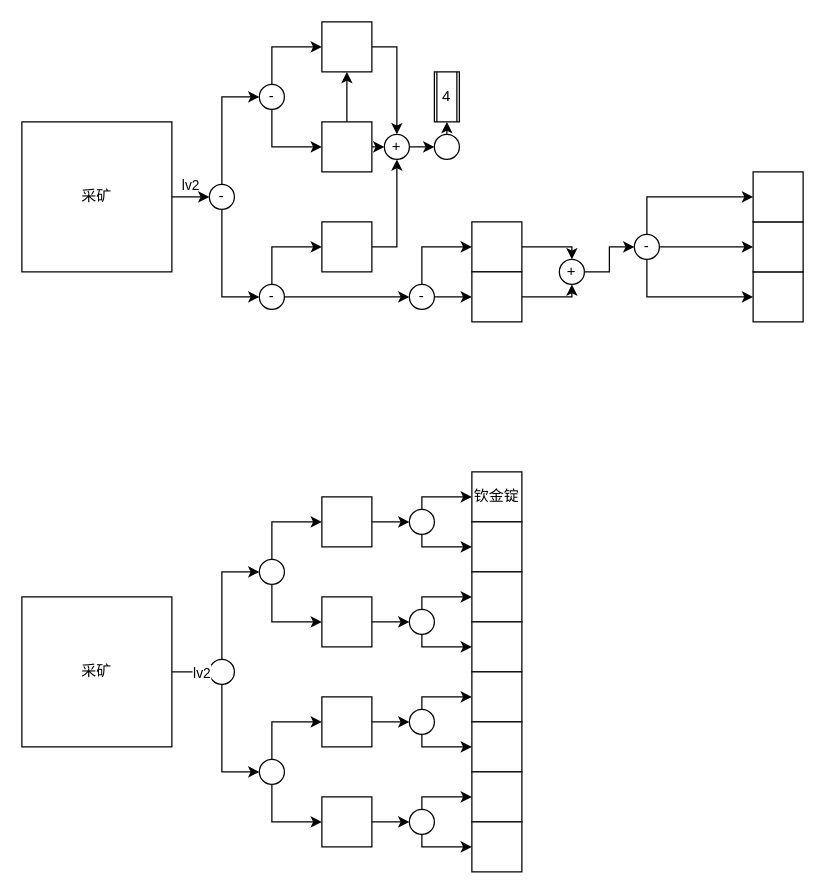
SirTamago/pics keeps this draw.io diagram as 未命名绘图.drawio. Above is the earlier version. Source tidied: cells renumbered, new cells numbered last; positions are measured from the earlier drawing's top-left corner, leaving out a move shared by most shapes. Both pictures are drawn from the tidied source at 125%, with x=0, y=0 at pixel (21, 21).
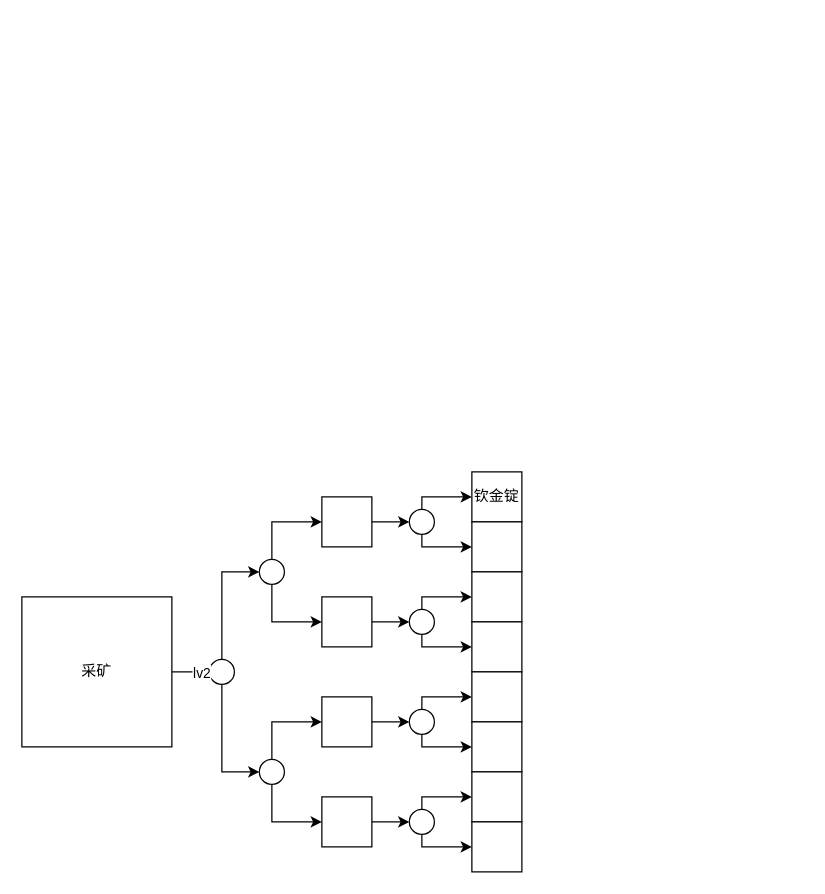
After the change.

Commit message:
更新未命名绘图.drawio

Unchanged cells that the change refers to:
```xml
<mxCell id="2" style="edgeStyle=orthogonalEdgeStyle;rounded=0;jettySize=auto;html=1;exitX=1;exitY=0.5;exitDx=0;exitDy=0;entryX=0;entryY=0.5;entryDx=0;entryDy=0;" parent="1" edge="1" source="4" target="7">
  <mxGeometry relative="1" as="geometry" />
</mxCell>
```

What changed in the source:
```diff
@@
-    <mxCell id="3" value="lv2" style="edgeLabel;html=1;align=center;verticalAlign=middle;" parent="2" vertex="1">
-      <mxGeometry x="-0.1" y="2" relative="1" as="geometry">
-        <mxPoint y="-388" as="offset" />
-      </mxGeometry>
-    </mxCell>
@@
-    <mxCell id="42" style="edgeStyle=orthogonalEdgeStyle;rounded=0;jettySize=auto;html=1;entryX=0;entryY=0.5;entryDx=0;entryDy=0;" parent="1" edge="1" source="43" target="46">
-      <mxGeometry relative="1" as="geometry" />
-    </mxCell>
-    <mxCell id="43" value="采矿" style="whiteSpace=wrap;html=1;rounded=0;" parent="1" vertex="1">
-      <mxGeometry y="80" width="120" height="120" as="geometry" />
-    </mxCell>
-    <mxCell id="44" style="edgeStyle=orthogonalEdgeStyle;rounded=0;jettySize=auto;html=1;entryX=0;entryY=0.5;entryDx=0;entryDy=0;" parent="1" edge="1" source="46" target="56">
-      <mxGeometry relative="1" as="geometry">
-        <Array as="points">
-          <mxPoint x="160" y="60" />
-        </Array>
-      </mxGeometry>
-    </mxCell>
-    <mxCell id="45" style="edgeStyle=orthogonalEdgeStyle;rounded=0;jettySize=auto;html=1;exitX=0.5;exitY=1;exitDx=0;exitDy=0;entryX=0;entryY=0.5;entryDx=0;entryDy=0;" parent="1" edge="1" source="46" target="59">
-      <mxGeometry relative="1" as="geometry" />
-    </mxCell>
-    <mxCell id="46" value="-" style="ellipse;whiteSpace=wrap;html=1;rounded=0;" parent="1" vertex="1">
-      <mxGeometry x="150" y="130" width="20" height="20" as="geometry" />
-    </mxCell>
-    <mxCell id="47" style="edgeStyle=orthogonalEdgeStyle;rounded=0;jettySize=auto;html=1;exitX=1;exitY=0.5;exitDx=0;exitDy=0;entryX=0.5;entryY=0;entryDx=0;entryDy=0;" parent="1" edge="1" source="48" target="62">
-      <mxGeometry relative="1" as="geometry" />
-    </mxCell>
-    <mxCell id="48" style="whiteSpace=wrap;html=1;rounded=0;" parent="1" vertex="1">
-      <mxGeometry x="240" width="40" height="40" as="geometry" />
-    </mxCell>
-    <mxCell id="49" style="edgeStyle=orthogonalEdgeStyle;rounded=0;jettySize=auto;html=1;exitX=1;exitY=0.5;exitDx=0;exitDy=0;entryX=0;entryY=0.5;entryDx=0;entryDy=0;" parent="1" edge="1" source="51" target="62">
-      <mxGeometry relative="1" as="geometry" />
-    </mxCell>
-    <mxCell id="50" style="edgeStyle=orthogonalEdgeStyle;rounded=0;jettySize=auto;html=1;" parent="1" edge="1" source="51" target="48">
-      <mxGeometry relative="1" as="geometry" />
-    </mxCell>
-    <mxCell id="51" style="whiteSpace=wrap;html=1;rounded=0;" parent="1" vertex="1">
-      <mxGeometry x="240" y="80" width="40" height="40" as="geometry" />
-    </mxCell>
-    <mxCell id="52" style="edgeStyle=orthogonalEdgeStyle;rounded=0;jettySize=auto;html=1;exitX=1;exitY=0.5;exitDx=0;exitDy=0;entryX=0.5;entryY=1;entryDx=0;entryDy=0;" parent="1" edge="1" source="53" target="62">
-      <mxGeometry relative="1" as="geometry" />
-    </mxCell>
-    <mxCell id="53" style="whiteSpace=wrap;html=1;rounded=0;" parent="1" vertex="1">
-      <mxGeometry x="240" y="160" width="40" height="40" as="geometry" />
-    </mxCell>
-    <mxCell id="54" style="edgeStyle=orthogonalEdgeStyle;rounded=0;jettySize=auto;html=1;entryX=0;entryY=0.5;entryDx=0;entryDy=0;" parent="1" edge="1" source="56" target="48">
-      <mxGeometry relative="1" as="geometry">
-        <Array as="points">
-          <mxPoint x="200" y="20" />
-        </Array>
-      </mxGeometry>
-    </mxCell>
-    <mxCell id="55" style="edgeStyle=orthogonalEdgeStyle;rounded=0;jettySize=auto;html=1;exitX=0.5;exitY=1;exitDx=0;exitDy=0;entryX=0;entryY=0.5;entryDx=0;entryDy=0;" parent="1" edge="1" source="56" target="51">
-      <mxGeometry relative="1" as="geometry" />
-    </mxCell>
-    <mxCell id="56" value="-" style="ellipse;whiteSpace=wrap;html=1;rounded=0;" parent="1" vertex="1">
-      <mxGeometry x="190" y="50" width="20" height="20" as="geometry" />
-    </mxCell>
-    <mxCell id="57" style="edgeStyle=orthogonalEdgeStyle;rounded=0;jettySize=auto;html=1;exitX=0.5;exitY=0;exitDx=0;exitDy=0;entryX=0;entryY=0.5;entryDx=0;entryDy=0;" parent="1" edge="1" source="59" target="53">
-      <mxGeometry relative="1" as="geometry" />
-    </mxCell>
-    <mxCell id="58" style="edgeStyle=orthogonalEdgeStyle;rounded=0;jettySize=auto;html=1;exitX=1;exitY=0.5;exitDx=0;exitDy=0;entryX=0;entryY=0.5;entryDx=0;entryDy=0;" parent="1" edge="1" source="59" target="67">
-      <mxGeometry relative="1" as="geometry" />
-    </mxCell>
-    <mxCell id="59" value="-" style="ellipse;whiteSpace=wrap;html=1;rounded=0;" parent="1" vertex="1">
-      <mxGeometry x="190" y="210" width="20" height="20" as="geometry" />
-    </mxCell>
@@
-    <mxCell id="61" style="edgeStyle=orthogonalEdgeStyle;rounded=0;jettySize=auto;html=1;exitX=1;exitY=0.5;exitDx=0;exitDy=0;entryX=0;entryY=0.5;entryDx=0;entryDy=0;" parent="1" edge="1" source="62" target="64">
-      <mxGeometry relative="1" as="geometry" />
-    </mxCell>
-    <mxCell id="62" value="+" style="ellipse;whiteSpace=wrap;html=1;rounded=0;" parent="1" vertex="1">
-      <mxGeometry x="290" y="90" width="20" height="20" as="geometry" />
-    </mxCell>
-    <mxCell id="63" style="edgeStyle=orthogonalEdgeStyle;rounded=0;jettySize=auto;html=1;exitX=0.5;exitY=0;exitDx=0;exitDy=0;entryX=1;entryY=0.5;entryDx=0;entryDy=0;" parent="1" edge="1" source="64">
-      <mxGeometry relative="1" as="geometry">
-        <mxPoint x="340" y="80" as="targetPoint" />
-      </mxGeometry>
-    </mxCell>
-    <mxCell id="64" style="ellipse;whiteSpace=wrap;html=1;rounded=0;" parent="1" vertex="1">
-      <mxGeometry x="330" y="90" width="20" height="20" as="geometry" />
-    </mxCell>
-    <mxCell id="65" style="edgeStyle=orthogonalEdgeStyle;rounded=0;jettySize=auto;html=1;exitX=1;exitY=0.5;exitDx=0;exitDy=0;entryX=0;entryY=0.5;entryDx=0;entryDy=0;" parent="1" edge="1" source="67" target="72">
-      <mxGeometry relative="1" as="geometry" />
-    </mxCell>
-    <mxCell id="66" style="edgeStyle=orthogonalEdgeStyle;rounded=0;jettySize=auto;html=1;exitX=0.5;exitY=0;exitDx=0;exitDy=0;entryX=0;entryY=0.5;entryDx=0;entryDy=0;" parent="1" edge="1" source="67" target="69">
-      <mxGeometry relative="1" as="geometry" />
-    </mxCell>
-    <mxCell id="67" value="-" style="ellipse;whiteSpace=wrap;html=1;rounded=0;" parent="1" vertex="1">
-      <mxGeometry x="310" y="210" width="20" height="20" as="geometry" />
-    </mxCell>
-    <mxCell id="68" style="edgeStyle=orthogonalEdgeStyle;rounded=0;jettySize=auto;html=1;exitX=1;exitY=0.5;exitDx=0;exitDy=0;entryX=0.5;entryY=0;entryDx=0;entryDy=0;" parent="1" edge="1" source="69" target="74">
-      <mxGeometry relative="1" as="geometry">
-        <Array as="points">
-          <mxPoint x="440" y="180" />
-        </Array>
-      </mxGeometry>
-    </mxCell>
-    <mxCell id="69" style="whiteSpace=wrap;html=1;rounded=0;" parent="1" vertex="1">
-      <mxGeometry x="360" y="160" width="40" height="40" as="geometry" />
-    </mxCell>
-    <mxCell id="70" value="4" style="shape=process;whiteSpace=wrap;html=1;backgroundOutline=1;" parent="1" vertex="1">
-      <mxGeometry x="330" y="40" width="20" height="40" as="geometry" />
-    </mxCell>
-    <mxCell id="71" style="edgeStyle=orthogonalEdgeStyle;rounded=0;jettySize=auto;html=1;exitX=1;exitY=0.5;exitDx=0;exitDy=0;entryX=0.5;entryY=1;entryDx=0;entryDy=0;" parent="1" edge="1" source="72" target="74">
-      <mxGeometry relative="1" as="geometry">
-        <Array as="points">
-          <mxPoint x="440" y="220" />
-        </Array>
-      </mxGeometry>
-    </mxCell>
-    <mxCell id="72" style="whiteSpace=wrap;html=1;rounded=0;" parent="1" vertex="1">
-      <mxGeometry x="360" y="200" width="40" height="40" as="geometry" />
-    </mxCell>
-    <mxCell id="73" style="edgeStyle=orthogonalEdgeStyle;rounded=0;jettySize=auto;html=1;exitX=1;exitY=0.5;exitDx=0;exitDy=0;entryX=0;entryY=0.5;entryDx=0;entryDy=0;" parent="1" edge="1" source="74" target="81">
-      <mxGeometry relative="1" as="geometry" />
-    </mxCell>
-    <mxCell id="74" value="+" style="ellipse;whiteSpace=wrap;html=1;rounded=0;" parent="1" vertex="1">
-      <mxGeometry x="430" y="190" width="20" height="20" as="geometry" />
-    </mxCell>
-    <mxCell id="75" style="whiteSpace=wrap;html=1;rounded=0;" parent="1" vertex="1">
-      <mxGeometry x="585" y="200" width="40" height="40" as="geometry" />
-    </mxCell>
-    <mxCell id="76" style="whiteSpace=wrap;html=1;rounded=0;" parent="1" vertex="1">
-      <mxGeometry x="585" y="160" width="40" height="40" as="geometry" />
-    </mxCell>
-    <mxCell id="77" style="whiteSpace=wrap;html=1;rounded=0;" parent="1" vertex="1">
-      <mxGeometry x="585" y="120" width="40" height="40" as="geometry" />
-    </mxCell>
-    <mxCell id="78" style="edgeStyle=orthogonalEdgeStyle;rounded=0;jettySize=auto;html=1;entryX=0;entryY=0.5;entryDx=0;entryDy=0;" parent="1" edge="1" source="81" target="77">
-      <mxGeometry relative="1" as="geometry">
-        <Array as="points">
-          <mxPoint x="500" y="140" />
-        </Array>
-      </mxGeometry>
-    </mxCell>
-    <mxCell id="79" style="edgeStyle=orthogonalEdgeStyle;rounded=0;jettySize=auto;html=1;exitX=0.5;exitY=1;exitDx=0;exitDy=0;entryX=0;entryY=0.5;entryDx=0;entryDy=0;" parent="1" edge="1" source="81" target="75">
-      <mxGeometry relative="1" as="geometry" />
-    </mxCell>
-    <mxCell id="80" style="edgeStyle=orthogonalEdgeStyle;rounded=0;jettySize=auto;html=1;exitX=1;exitY=0.5;exitDx=0;exitDy=0;entryX=0;entryY=0.5;entryDx=0;entryDy=0;" parent="1" edge="1" source="81" target="76">
-      <mxGeometry relative="1" as="geometry" />
-    </mxCell>
-    <mxCell id="81" value="-" style="ellipse;whiteSpace=wrap;html=1;rounded=0;" parent="1" vertex="1">
-      <mxGeometry x="490" y="170" width="20" height="20" as="geometry" />
-    </mxCell>
```
